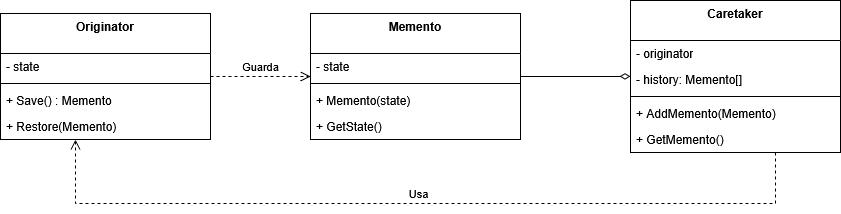
Before: behaviour/resources/memento_components.drawio.png, a diagram exported from draw.io (devgalop/design-patterns-csharp). Source tidied: cells renumbered, new cells last; positions are measured from the earlier drawing's top-left corner, leaving out a move shared by most shapes. The source it was exported from:
```xml
<mxGraphModel>
  <root>
    <mxCell id="0" />
    <mxCell id="1" parent="0" />
    <mxCell id="2" value="&lt;div&gt;Caretaker&lt;/div&gt;" style="swimlane;fontStyle=1;align=center;verticalAlign=top;horizontal=1;startSize=40;whiteSpace=wrap;html=1;" parent="1" vertex="1">
      <mxGeometry x="630" width="210" height="152" as="geometry" />
    </mxCell>
    <mxCell id="3" value="- originator" style="text;strokeColor=none;fillColor=none;align=left;verticalAlign=top;spacingLeft=4;spacingRight=4;overflow=hidden;whiteSpace=wrap;html=1;" parent="2" vertex="1">
      <mxGeometry y="40" width="210" height="26" as="geometry" />
    </mxCell>
    <mxCell id="4" value="- history: Memento[]" style="text;strokeColor=none;fillColor=none;align=left;verticalAlign=top;spacingLeft=4;spacingRight=4;overflow=hidden;whiteSpace=wrap;html=1;" parent="2" vertex="1">
      <mxGeometry y="66" width="210" height="26" as="geometry" />
    </mxCell>
    <mxCell id="5" style="line;strokeWidth=1;fillColor=none;align=left;verticalAlign=middle;spacingTop=-1;spacingLeft=3;spacingRight=3;labelPosition=right;strokeColor=inherit;" parent="2" vertex="1">
      <mxGeometry y="92" width="210" height="8" as="geometry" />
    </mxCell>
    <mxCell id="6" value="+ AddMemento(Memento)" style="text;strokeColor=none;fillColor=none;align=left;verticalAlign=top;spacingLeft=4;spacingRight=4;overflow=hidden;whiteSpace=wrap;html=1;" parent="2" vertex="1">
      <mxGeometry y="100" width="210" height="26" as="geometry" />
    </mxCell>
    <mxCell id="7" value="+ GetMemento()" style="text;strokeColor=none;fillColor=none;align=left;verticalAlign=top;spacingLeft=4;spacingRight=4;overflow=hidden;whiteSpace=wrap;html=1;" parent="2" vertex="1">
      <mxGeometry y="126" width="210" height="26" as="geometry" />
    </mxCell>
    <mxCell id="8" value="Originator" style="swimlane;fontStyle=1;align=center;verticalAlign=top;horizontal=1;startSize=40;whiteSpace=wrap;html=1;" parent="1" vertex="1">
      <mxGeometry y="13" width="210" height="126" as="geometry" />
    </mxCell>
    <mxCell id="9" value="- state" style="text;strokeColor=none;fillColor=none;align=left;verticalAlign=top;spacingLeft=4;spacingRight=4;overflow=hidden;whiteSpace=wrap;html=1;" parent="8" vertex="1">
      <mxGeometry y="40" width="210" height="26" as="geometry" />
    </mxCell>
    <mxCell id="10" style="line;strokeWidth=1;fillColor=none;align=left;verticalAlign=middle;spacingTop=-1;spacingLeft=3;spacingRight=3;labelPosition=right;strokeColor=inherit;" parent="8" vertex="1">
      <mxGeometry y="66" width="210" height="8" as="geometry" />
    </mxCell>
    <mxCell id="11" value="+ Save() : Memento" style="text;strokeColor=none;fillColor=none;align=left;verticalAlign=top;spacingLeft=4;spacingRight=4;overflow=hidden;whiteSpace=wrap;html=1;" parent="8" vertex="1">
      <mxGeometry y="74" width="210" height="26" as="geometry" />
    </mxCell>
    <mxCell id="12" value="+ Restore(Memento)" style="text;strokeColor=none;fillColor=none;align=left;verticalAlign=top;spacingLeft=4;spacingRight=4;overflow=hidden;whiteSpace=wrap;html=1;" parent="8" vertex="1">
      <mxGeometry y="100" width="210" height="26" as="geometry" />
    </mxCell>
    <mxCell id="13" value="Memento" style="swimlane;fontStyle=1;align=center;verticalAlign=top;horizontal=1;startSize=40;whiteSpace=wrap;html=1;" parent="1" vertex="1">
      <mxGeometry x="310" y="13" width="210" height="126" as="geometry" />
    </mxCell>
    <mxCell id="14" value="- state" style="text;strokeColor=none;fillColor=none;align=left;verticalAlign=top;spacingLeft=4;spacingRight=4;overflow=hidden;whiteSpace=wrap;html=1;" parent="13" vertex="1">
      <mxGeometry y="40" width="210" height="26" as="geometry" />
    </mxCell>
    <mxCell id="15" style="line;strokeWidth=1;fillColor=none;align=left;verticalAlign=middle;spacingTop=-1;spacingLeft=3;spacingRight=3;labelPosition=right;strokeColor=inherit;" parent="13" vertex="1">
      <mxGeometry y="66" width="210" height="8" as="geometry" />
    </mxCell>
    <mxCell id="16" value="+ Memento(state)" style="text;strokeColor=none;fillColor=none;align=left;verticalAlign=top;spacingLeft=4;spacingRight=4;overflow=hidden;whiteSpace=wrap;html=1;" parent="13" vertex="1">
      <mxGeometry y="74" width="210" height="26" as="geometry" />
    </mxCell>
    <mxCell id="17" value="+ GetState()" style="text;strokeColor=none;fillColor=none;align=left;verticalAlign=top;spacingLeft=4;spacingRight=4;overflow=hidden;whiteSpace=wrap;html=1;" parent="13" vertex="1">
      <mxGeometry y="100" width="210" height="26" as="geometry" />
    </mxCell>
    <mxCell id="18" style="endArrow=none;startArrow=diamondThin;endFill=0;startFill=0;html=1;verticalAlign=bottom;labelBackgroundColor=none;strokeWidth=1;startSize=8;endSize=8;rounded=0;" parent="1" edge="1" source="2" target="13">
      <mxGeometry relative="1" as="geometry" />
    </mxCell>
    <mxCell id="19" value="Guarda" style="endArrow=open;startArrow=none;endFill=0;startFill=0;endSize=8;html=1;verticalAlign=bottom;dashed=1;labelBackgroundColor=none;rounded=0;" parent="1" edge="1" source="8" target="13">
      <mxGeometry relative="1" as="geometry" />
    </mxCell>
    <mxCell id="20" value="Usa" style="endArrow=open;startArrow=none;endFill=0;startFill=0;endSize=8;html=1;verticalAlign=bottom;dashed=1;labelBackgroundColor=none;rounded=0;edgeStyle=orthogonalEdgeStyle;" parent="1" edge="1" source="2" target="8">
      <mxGeometry relative="1" as="geometry">
        <Array as="points">
          <mxPoint x="775" y="203" />
          <mxPoint x="75" y="203" />
        </Array>
      </mxGeometry>
    </mxCell>
  </root>
</mxGraphModel>
```
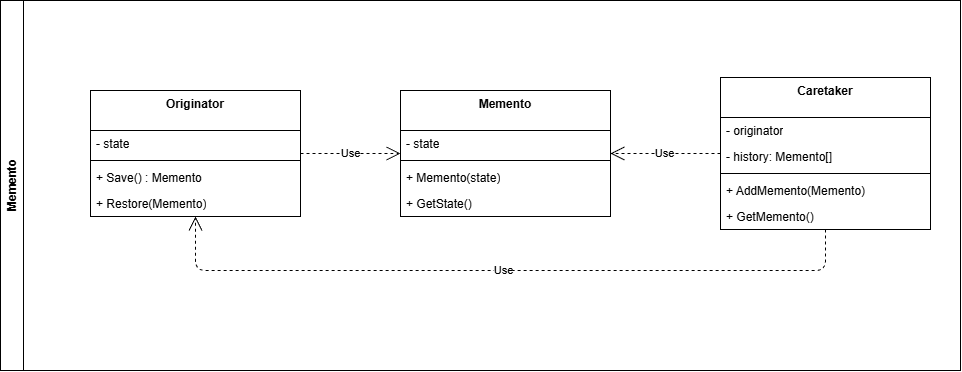
After the commit.

What changed in the source:
```diff
@@ -1,4 +1,4 @@
-<mxGraphModel>
+<mxGraphModel background="#ffffff">
   <root>
     <mxCell id="0" />
     <mxCell id="1" parent="0" />
@@ -50,19 +50,22 @@
     <mxCell id="17" value="+ GetState()" style="text;strokeColor=none;fillColor=none;align=left;verticalAlign=top;spacingLeft=4;spacingRight=4;overflow=hidden;whiteSpace=wrap;html=1;" parent="13" vertex="1">
       <mxGeometry y="100" width="210" height="26" as="geometry" />
     </mxCell>
+    <mxCell id="20" value="Use" style="endArrow=open;endSize=12;dashed=1;html=1;edgeStyle=orthogonalEdgeStyle;" parent="1" edge="1" source="2" target="8">
+      <mxGeometry relative="1" as="geometry">
+        <Array as="points">
+          <mxPoint x="735" y="193" />
+          <mxPoint x="105" y="193" />
+        </Array>
+      </mxGeometry>
+    </mxCell>
+    <mxCell id="19" value="Use" style="endArrow=open;endSize=12;dashed=1;html=1;" parent="1" edge="1" source="8" target="13">
+      <mxGeometry relative="1" as="geometry" />
+    </mxCell>
-    <mxCell id="18" style="endArrow=none;startArrow=diamondThin;endFill=0;startFill=0;html=1;verticalAlign=bottom;labelBackgroundColor=none;strokeWidth=1;startSize=8;endSize=8;rounded=0;" parent="1" edge="1" source="2" target="13">
+    <mxCell id="18" value="Use" style="endArrow=open;endSize=12;dashed=1;html=1;" parent="1" edge="1" source="2" target="13">
       <mxGeometry relative="1" as="geometry" />
     </mxCell>
-    <mxCell id="19" value="Guarda" style="endArrow=open;startArrow=none;endFill=0;startFill=0;endSize=8;html=1;verticalAlign=bottom;dashed=1;labelBackgroundColor=none;rounded=0;" parent="1" edge="1" source="8" target="13">
-      <mxGeometry relative="1" as="geometry" />
-    </mxCell>
-    <mxCell id="20" value="Usa" style="endArrow=open;startArrow=none;endFill=0;startFill=0;endSize=8;html=1;verticalAlign=bottom;dashed=1;labelBackgroundColor=none;rounded=0;edgeStyle=orthogonalEdgeStyle;" parent="1" edge="1" source="2" target="8">
-      <mxGeometry relative="1" as="geometry">
-        <Array as="points">
-          <mxPoint x="775" y="203" />
-          <mxPoint x="75" y="203" />
-        </Array>
-      </mxGeometry>
-    </mxCell>
+    <mxCell id="21" value="Memento" style="swimlane;horizontal=0;whiteSpace=wrap;html=1;" parent="1" vertex="1">
+      <mxGeometry x="-90" y="-77" width="960" height="370" as="geometry" />
+    </mxCell>
   </root>
 </mxGraphModel>
```
